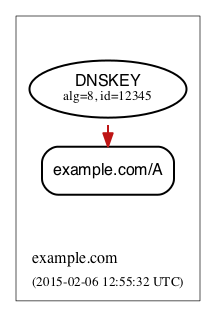
Above: doc/images/rrsig-rrset-invalid.png in dnsviz/dnsviz (Graphviz), before the change. Its source is kept beside it as doc/dot/rrsig-rrset-invalid.dot. The source it was exported from:
```dot
digraph {
  graph [compound=true, rankdir=BT, ranksep=0.3];
	node [label="\N",
		penwidth=1.5
	];
	edge [penwidth=1.5];

  subgraph "cluster_example.com" {
		graph [label=<<TABLE BORDER="0"><TR><TD ALIGN="LEFT"><FONT POINT-SIZE="12">example.com</FONT></TD></TR><TR><TD ALIGN="LEFT"><FONT POINT-SIZE="10">(2015-02-06 12:55:32 UTC)</FONT></TD></TR></TABLE>>,
				labeljust=l,
				penwidth=0.5
		];
		"cluster_example.com_top" [shape=point, style=invis];
		"cluster_example.com_bottom" [shape=point, style=invis];
		"DNSKEY-0|example.com|8|12345"	 [color="#000000",
			fillcolor="#ffffff",
			label=<<FONT POINT-SIZE="12" FACE="Helvetica">DNSKEY</FONT><BR/><FONT POINT-SIZE="10">alg=8, id=12345</FONT>>,
			shape=ellipse,
			style=filled];
    "RRset-10|example.com|A" [color="#000000",
						fillcolor="#ffffff",
						label=<<FONT POINT-SIZE="12" FACE="Helvetica">example.com/A</FONT>>,
						shape=rectangle,
						style="rounded,filled"];
  }
	"cluster_example.com_bottom" -> "RRset-10|example.com|A" [style=invis];
	"RRset-10|example.com|A" -> "DNSKEY-0|example.com|8|12345" [dir=back,
		color="#be1515",
		style="dashed"];
	"DNSKEY-0|example.com|8|12345" -> "cluster_example.com_top" [style=invis];
}
```
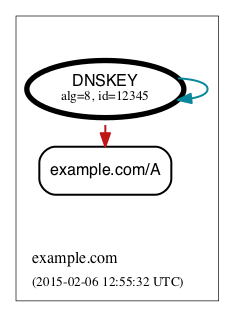
Later version of the same file.

Commit message:
Use an invalid DNSKEY in example

What changed in the source:
```diff
@@ -16,7 +16,8 @@
 			fillcolor="#ffffff",
 			label=<<FONT POINT-SIZE="12" FACE="Helvetica">DNSKEY</FONT><BR/><FONT POINT-SIZE="10">alg=8, id=12345</FONT>>,
 			shape=ellipse,
-			style=filled];
+			style=filled,
+			penwidth=4.0];
     "RRset-10|example.com|A" [color="#000000",
 						fillcolor="#ffffff",
 						label=<<FONT POINT-SIZE="12" FACE="Helvetica">example.com/A</FONT>>,
@@ -24,6 +25,9 @@
 						style="rounded,filled"];
   }
 	"cluster_example.com_bottom" -> "RRset-10|example.com|A" [style=invis];
+	"DNSKEY-0|example.com|8|12345" -> "DNSKEY-0|example.com|8|12345" [dir=back,
+		color="#0a879a",
+		style="solid"];
 	"RRset-10|example.com|A" -> "DNSKEY-0|example.com|8|12345" [dir=back,
 		color="#be1515",
 		style="dashed"];
```
